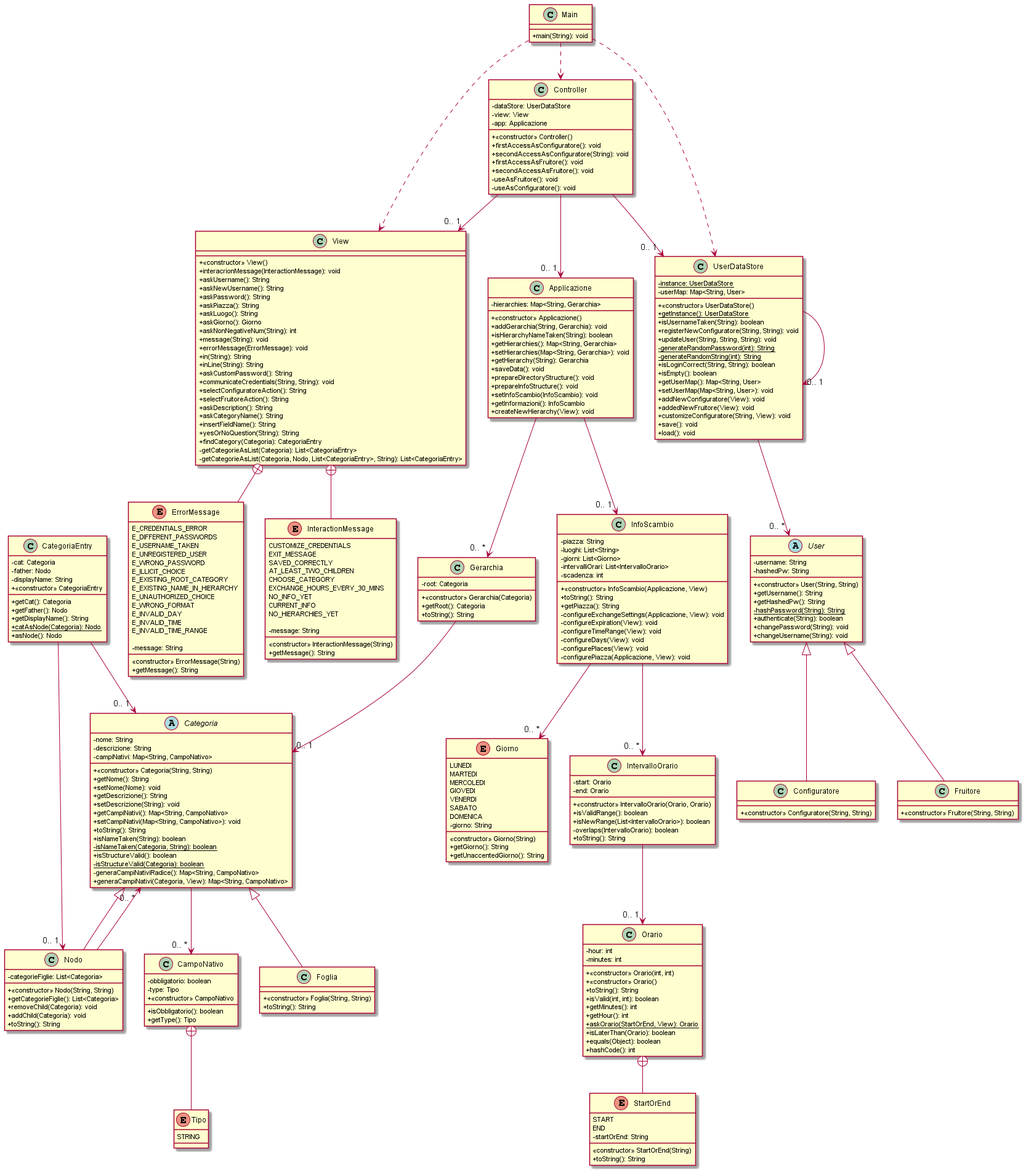
Above: doc/uml/version2/png/Partial class diagram-Version2.0.png in eletoo/inge_del_software (PlantUML), before the change.
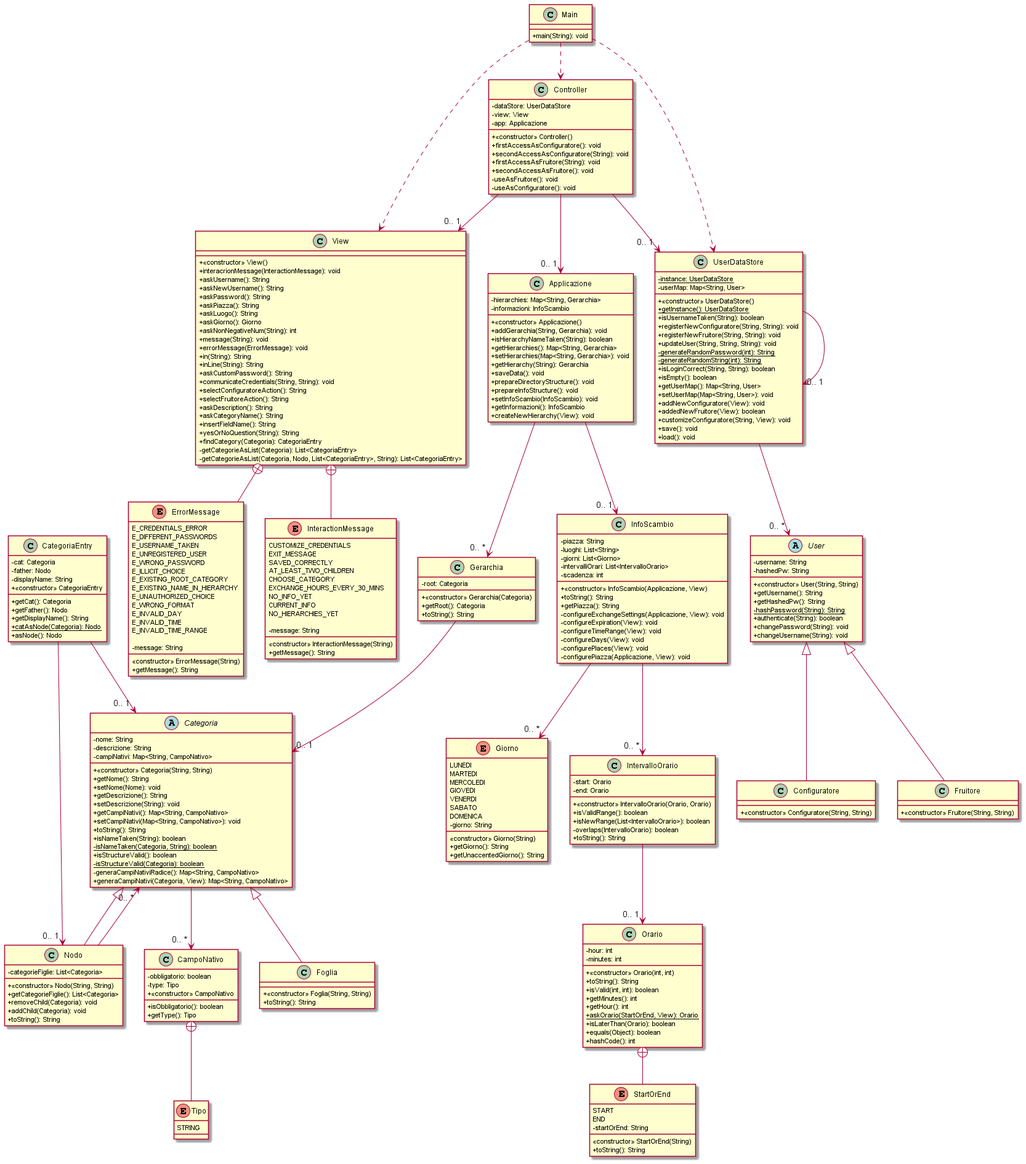
The same file after the commit.

What changed in the source:
```diff
@@ -3,6 +3,7 @@
 
 class Applicazione{
 - hierarchies: Map<String, Gerarchia>
+- informazioni: InfoScambio
 + <<constructor>> Applicazione()
 + addGerarchia(String, Gerarchia): void
 + isHierarchyNameTaken(String): boolean
@@ -147,7 +148,6 @@
 - hour: int
 - minutes: int
 + <<constructor>> Orario(int, int)
-+ <<constructor>> Orario()
 + toString(): String
 + isValid(int, int): boolean
 + getMinutes(): int
@@ -236,6 +236,7 @@
 + {static}getInstance(): UserDataStore
 + isUsernameTaken(String): boolean
 + registerNewConfiguratore(String, String): void
++ registerNewFruitore(String, String): void
 + updateUser(String, String, String): void
 - {static}generateRandomPassword(int): String
 - {static}generateRandomString(int): String
@@ -244,7 +245,7 @@
 + getUserMap(): Map<String, User>
 + setUserMap(Map<String, User>): void
 + addNewConfiguratore(View): void
-+ addedNewFruitore(View): void
++ addedNewFruitore(View): boolean
 + customizeConfiguratore(String, View): void
 + save(): void
 + load(): void
@@ -257,7 +258,7 @@
 + <<constructor>> Controller()
 + firstAccessAsConfiguratore(): void
 + secondAccessAsConfiguratore(String): void
-+ firstAccessAsFruitore(): void
++ firstAccessAsFruitore(String): void
 + secondAccessAsFruitore(): void
 - useAsFruitore(): void
 - useAsConfiguratore(): void
```
